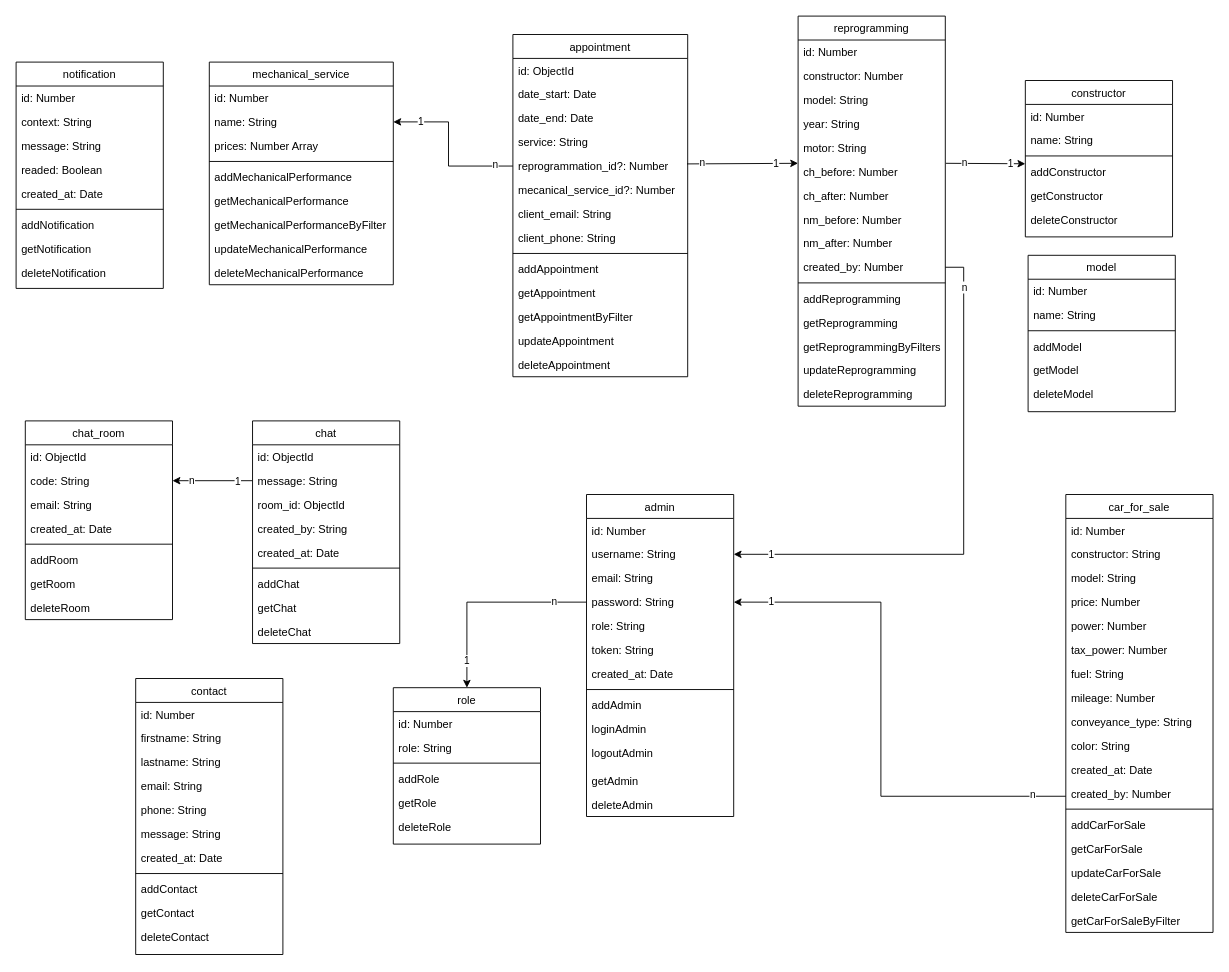
The draw.io diagram documentation/hephaistos-MCD.drawio in nsevendev/hephaistos, before the edit. Source tidied: cells renumbered, new cells numbered last; positions are measured from the earlier drawing's top-left corner, leaving out a move shared by most shapes. Both pictures are drawn from the tidied source at 92%, with x=0, y=0 at pixel (16, 16).
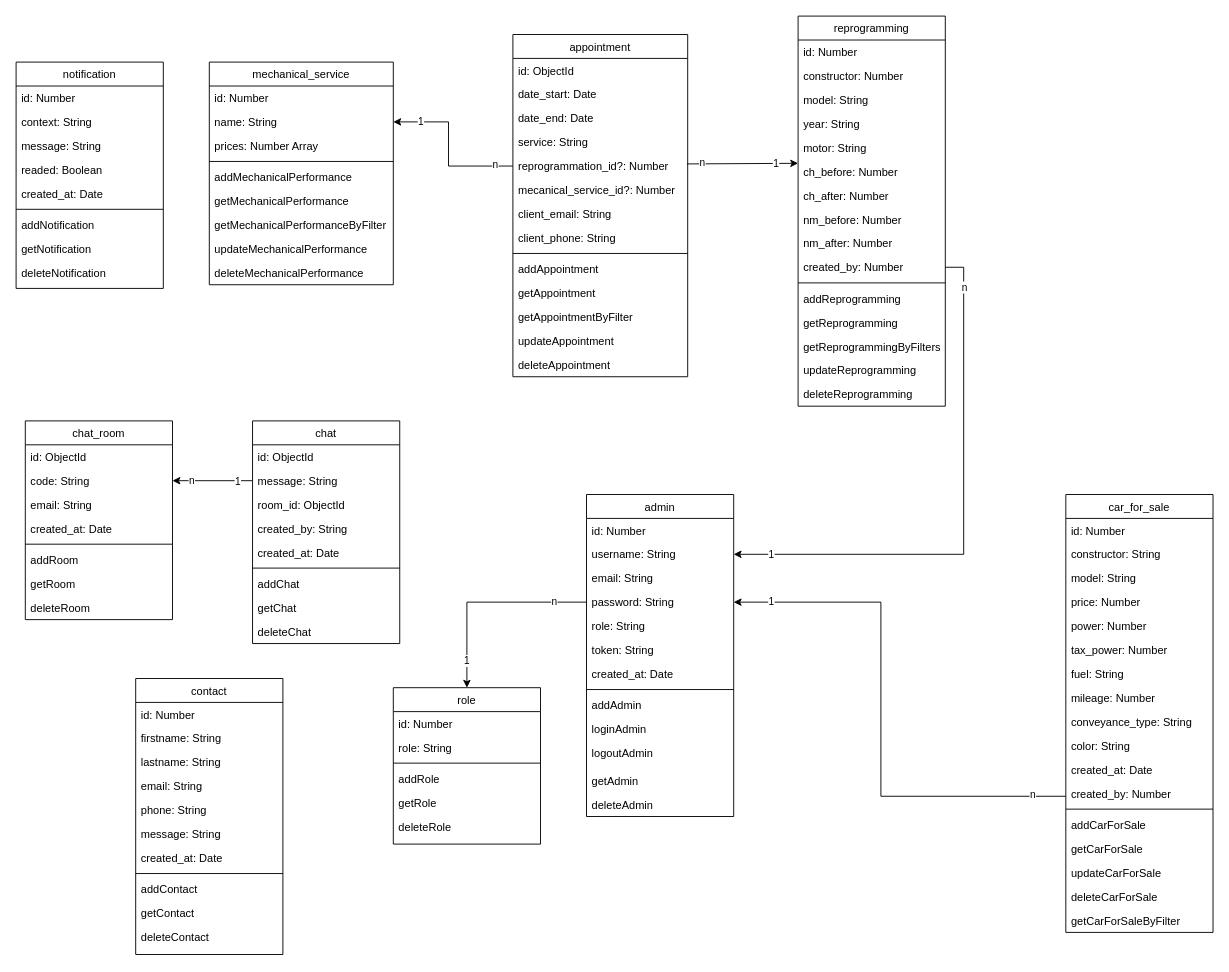
Above is the later version.

Commit message:
suppression schema model et constructeur

Unchanged cells that the change refers to:
```xml
<mxCell id="18" value="ch_before: Number" style="text;align=left;verticalAlign=top;spacingLeft=4;spacingRight=4;overflow=hidden;points=[[0,0.5],[1,0.5]];portConstraint=eastwest;" parent="12" vertex="1">
  <mxGeometry y="156" width="160" height="26" as="geometry" />
</mxCell>
```

What changed in the source:
```diff
@@
-    <mxCell id="82" value="constructor" style="swimlane;fontStyle=0;align=center;verticalAlign=top;horizontal=1;startSize=26;rounded=0;shadow=0;strokeWidth=1;" parent="1" vertex="1">
-      <mxGeometry x="1097" y="70" width="160" height="170" as="geometry" />
-    </mxCell>
-    <mxCell id="83" value="id: Number" style="text;align=left;verticalAlign=top;spacingLeft=4;spacingRight=4;overflow=hidden;rounded=0;shadow=0;html=0;" parent="82" vertex="1">
-      <mxGeometry y="26" width="160" height="26" as="geometry" />
-    </mxCell>
-    <mxCell id="84" value="name: String" style="text;align=left;verticalAlign=top;spacingLeft=4;spacingRight=4;overflow=hidden;" parent="82" vertex="1">
-      <mxGeometry y="52" width="160" height="26" as="geometry" />
-    </mxCell>
-    <mxCell id="85" style="line;html=1;strokeWidth=1;align=left;verticalAlign=middle;spacingTop=-1;spacingLeft=3;spacingRight=3;labelPosition=right;" parent="82" vertex="1">
-      <mxGeometry y="78" width="160" height="8" as="geometry" />
-    </mxCell>
-    <mxCell id="86" value="addConstructor" style="text;align=left;verticalAlign=top;spacingLeft=4;spacingRight=4;overflow=hidden;" parent="82" vertex="1">
-      <mxGeometry y="86" width="160" height="26" as="geometry" />
-    </mxCell>
-    <mxCell id="87" value="getConstructor" style="text;align=left;verticalAlign=top;spacingLeft=4;spacingRight=4;overflow=hidden;" parent="82" vertex="1">
-      <mxGeometry y="112" width="160" height="26" as="geometry" />
-    </mxCell>
-    <mxCell id="88" value="deleteConstructor" style="text;align=left;verticalAlign=top;spacingLeft=4;spacingRight=4;overflow=hidden;" parent="82" vertex="1">
-      <mxGeometry y="138" width="160" height="26" as="geometry" />
-    </mxCell>
-    <mxCell id="89" style="endArrow=classic;html=1;rounded=0;exitX=1.004;exitY=0.154;exitDx=0;exitDy=0;exitPerimeter=0;" parent="1" edge="1" source="18">
-      <mxGeometry relative="1" as="geometry">
-        <mxPoint x="1097" y="160.5" as="targetPoint" />
-      </mxGeometry>
-    </mxCell>
-    <mxCell id="90" value="&lt;div&gt;1&lt;/div&gt;" style="edgeLabel;html=1;align=center;verticalAlign=middle;" parent="89" vertex="1">
-      <mxGeometry x="0.08" y="-2" relative="1" as="geometry">
-        <mxPoint x="23" y="-2" as="offset" />
-      </mxGeometry>
-    </mxCell>
-    <mxCell id="91" value="n" style="edgeLabel;html=1;align=center;verticalAlign=middle;" parent="89" vertex="1">
-      <mxGeometry x="0.5" relative="1" as="geometry">
-        <mxPoint x="-45" y="-2" as="offset" />
-      </mxGeometry>
-    </mxCell>
@@
-    <mxCell id="101" value="model" style="swimlane;fontStyle=0;align=center;verticalAlign=top;horizontal=1;startSize=26;rounded=0;shadow=0;strokeWidth=1;" parent="1" vertex="1">
-      <mxGeometry x="1100" y="260" width="160" height="170" as="geometry" />
-    </mxCell>
-    <mxCell id="102" value="id: Number" style="text;align=left;verticalAlign=top;spacingLeft=4;spacingRight=4;overflow=hidden;rounded=0;shadow=0;html=0;" parent="101" vertex="1">
-      <mxGeometry y="26" width="160" height="26" as="geometry" />
-    </mxCell>
-    <mxCell id="103" value="name: String" style="text;align=left;verticalAlign=top;spacingLeft=4;spacingRight=4;overflow=hidden;" parent="101" vertex="1">
-      <mxGeometry y="52" width="160" height="26" as="geometry" />
-    </mxCell>
-    <mxCell id="104" style="line;html=1;strokeWidth=1;align=left;verticalAlign=middle;spacingTop=-1;spacingLeft=3;spacingRight=3;labelPosition=right;" parent="101" vertex="1">
-      <mxGeometry y="78" width="160" height="8" as="geometry" />
-    </mxCell>
-    <mxCell id="105" value="addModel" style="text;align=left;verticalAlign=top;spacingLeft=4;spacingRight=4;overflow=hidden;" parent="101" vertex="1">
-      <mxGeometry y="86" width="160" height="26" as="geometry" />
-    </mxCell>
-    <mxCell id="106" value="getModel" style="text;align=left;verticalAlign=top;spacingLeft=4;spacingRight=4;overflow=hidden;" parent="101" vertex="1">
-      <mxGeometry y="112" width="160" height="26" as="geometry" />
-    </mxCell>
-    <mxCell id="107" value="deleteModel" style="text;align=left;verticalAlign=top;spacingLeft=4;spacingRight=4;overflow=hidden;" parent="101" vertex="1">
-      <mxGeometry y="138" width="160" height="26" as="geometry" />
-    </mxCell>
```
